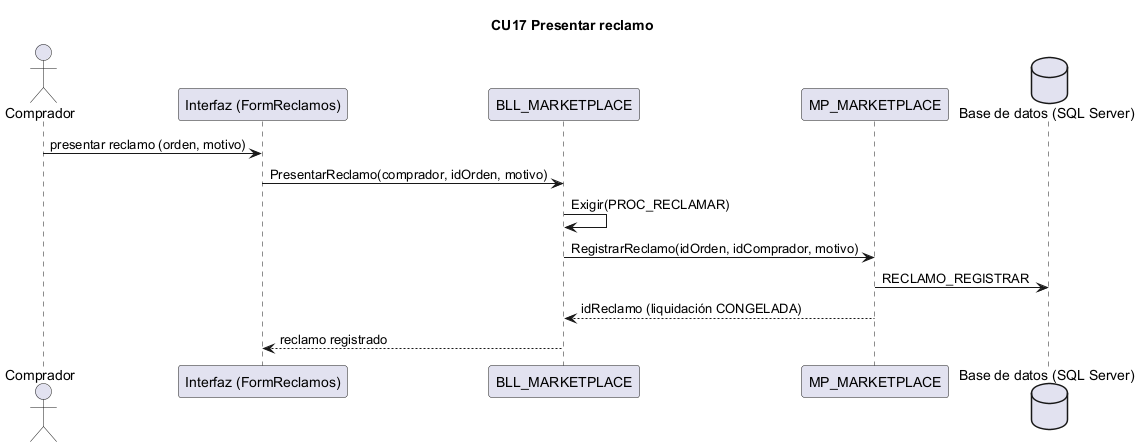
Earlier version of the PlantUML export docs/diagramas/secuencias_png/CU17.png (L-Muniz/uai-diploma_2026).
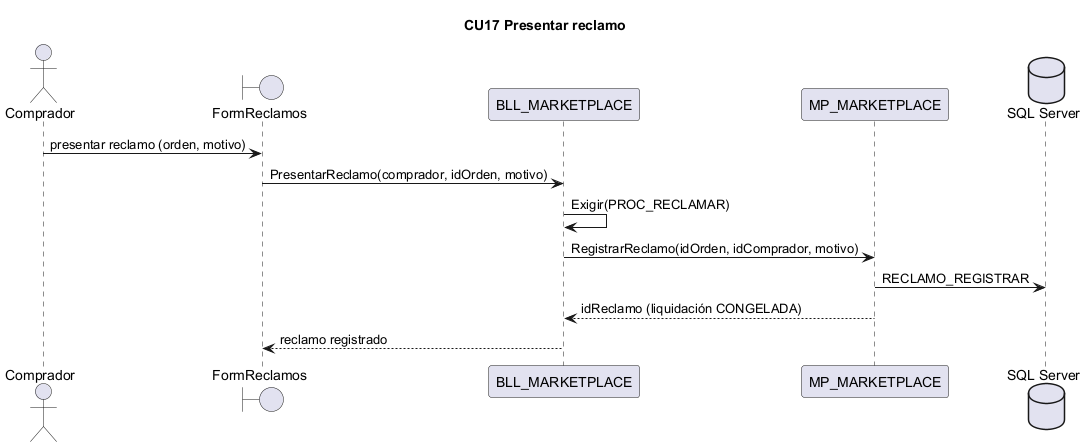
After the change.

The edit, as a diff of the source:
```diff
@@ -1,10 +1,10 @@
 @startuml CU17
 title CU17 Presentar reclamo
 actor Comprador
-participant "Interfaz (FormReclamos)" as IU
+boundary "FormReclamos" as IU
 participant "BLL_MARKETPLACE" as BLL
 participant "MP_MARKETPLACE" as DAL
-database "Base de datos (SQL Server)" as BD
+database "SQL Server" as BD
 Comprador -> IU : presentar reclamo (orden, motivo)
 IU -> BLL : PresentarReclamo(comprador, idOrden, motivo)
 BLL -> BLL : Exigir(PROC_RECLAMAR)
```
